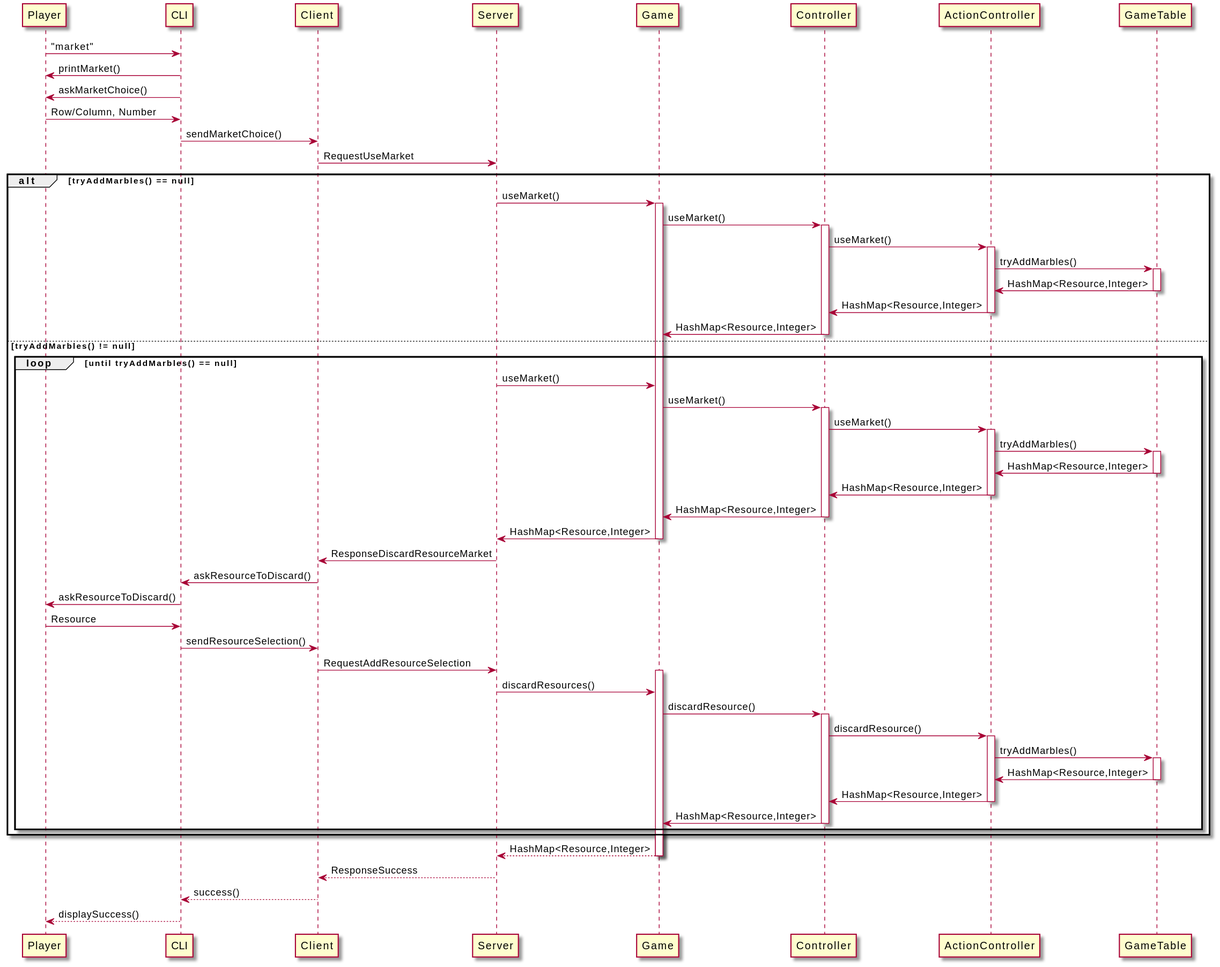
This is deliverables/final/uml/Sequence/market.svg from marcofasa/ing-sw-2021-Fasanella-Maggioni-Manini, a PlantUML export, as it was before one commit.
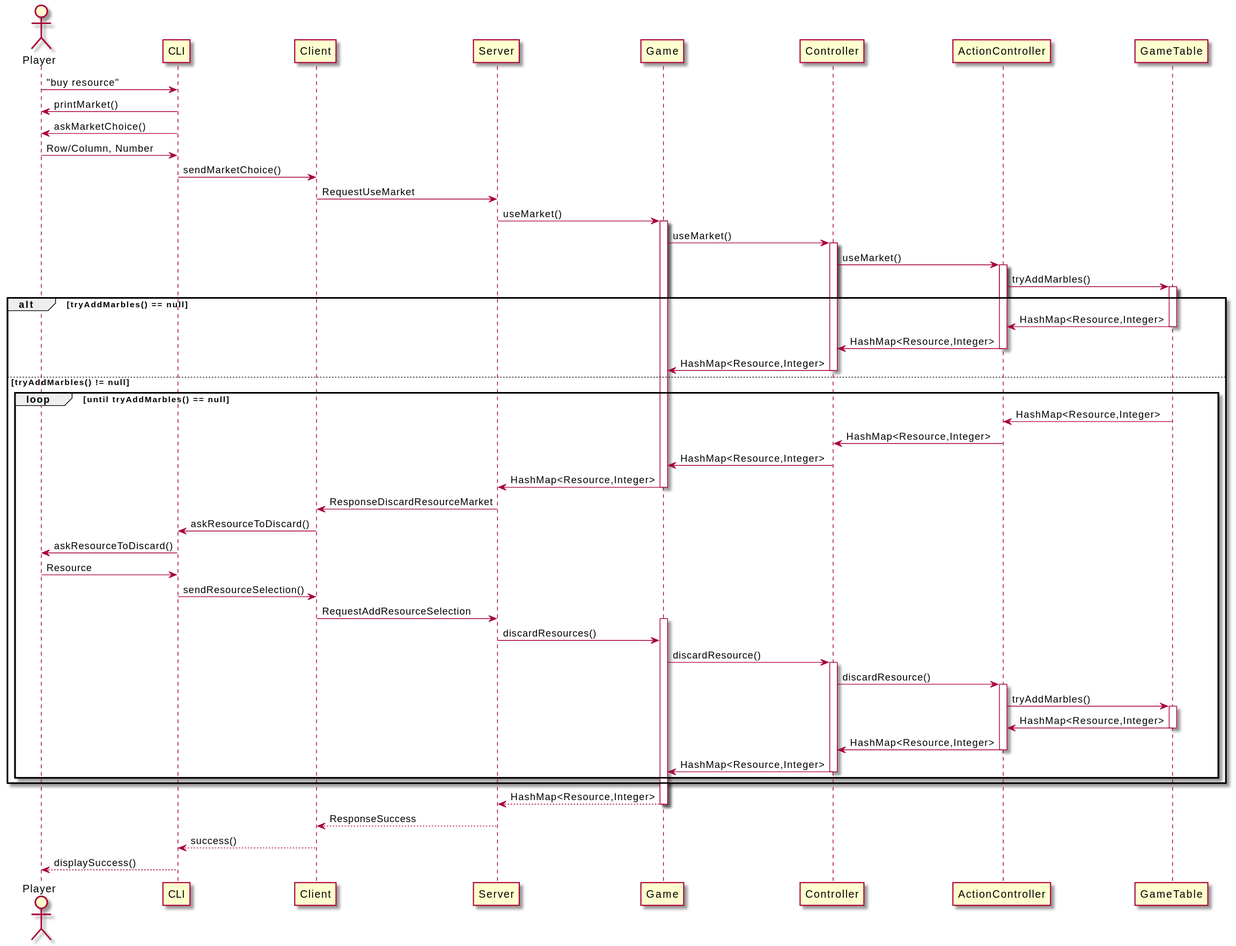
Later version of the same file.

What changed in the source:
```diff
@@ -1,5 +1,7 @@
 @startuml
-Player -> CLI: "market"
+actor Player as Player
+
+Player -> CLI: "buy resource"
 Player <- CLI: printMarket()
 Player <- CLI: askMarketChoice()
 Player -> CLI: Row/Column, Number
@@ -8,17 +10,18 @@
 Client-> Server: RequestUseMarket
 
 
+    Server-> Game: useMarket()
+    activate Game
+    Game-> Controller: useMarket()
+    activate Controller
+    Controller-> ActionController: useMarket()
+    activate ActionController
+    ActionController-> GameTable: tryAddMarbles()
+    activate GameTable
+
 
 alt tryAddMarbles() == null
-            Server-> Game: useMarket()
-             activate Game
 
-            Game-> Controller: useMarket()
-            activate Controller
-            Controller-> ActionController: useMarket()
-            activate ActionController
-            ActionController-> GameTable: tryAddMarbles()
-            activate GameTable
             ActionController<- GameTable: HashMap<Resource,Integer>
             deactivate GameTable
             ActionController -> Controller: HashMap<Resource,Integer>
@@ -30,14 +33,7 @@
 
 else tryAddMarbles() != null
         loop until tryAddMarbles() == null
-            Server-> Game: useMarket()
 
-            Game-> Controller: useMarket()
-            activate Controller
-            Controller-> ActionController: useMarket()
-            activate ActionController
-            ActionController-> GameTable: tryAddMarbles()
-            activate GameTable
             ActionController<- GameTable: HashMap<Resource,Integer>
             deactivate GameTable
             ActionController -> Controller: HashMap<Resource,Integer>
```
